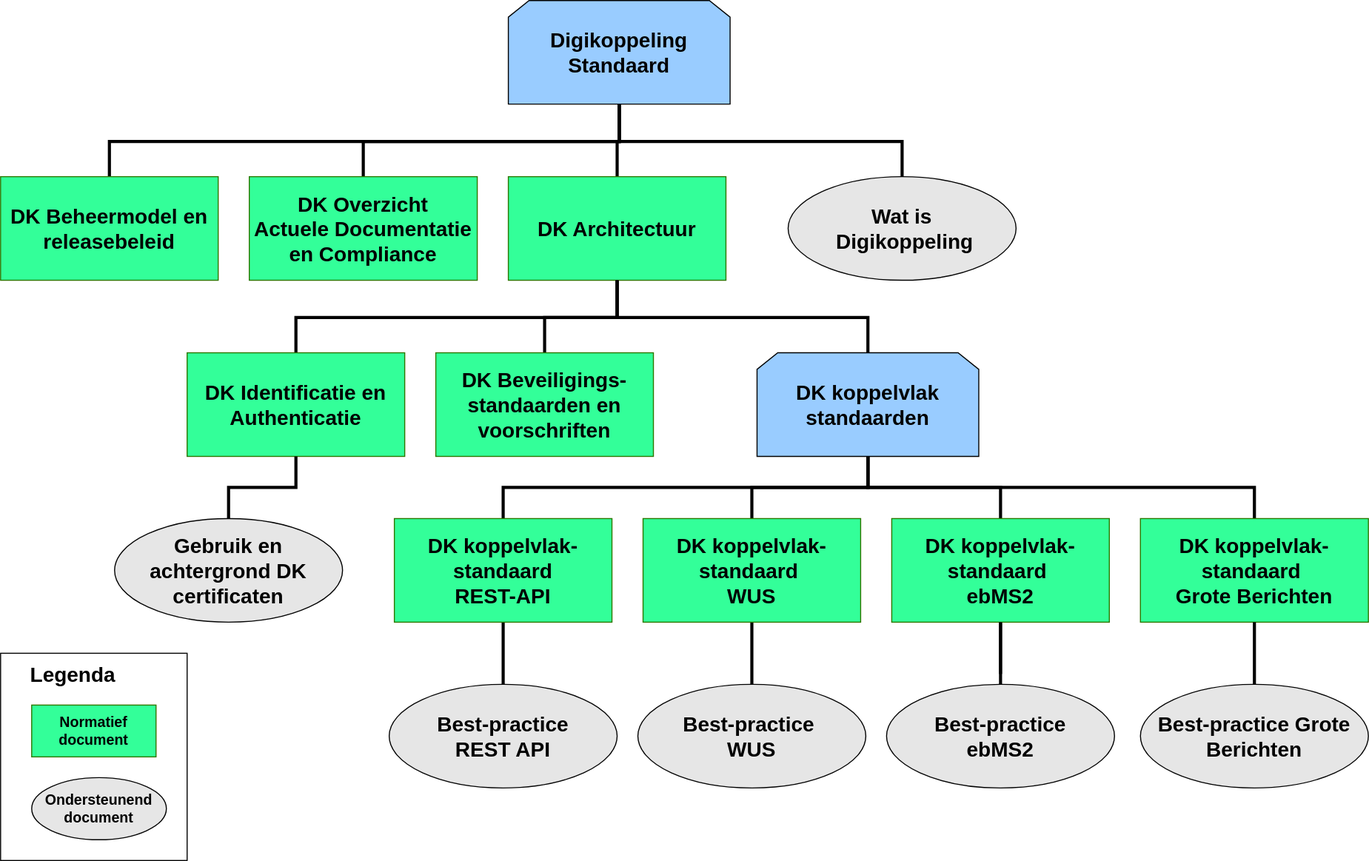
Before: media/DK_Specificatie_structuur.svg, a diagram exported from draw.io (Logius-standaarden/Digikoppeling-Overzicht-Actuele-Documentatie-en-Compliance). Source tidied: cells renumbered, new cells last; positions are measured from the earlier drawing's top-left corner, leaving out a move shared by most shapes.
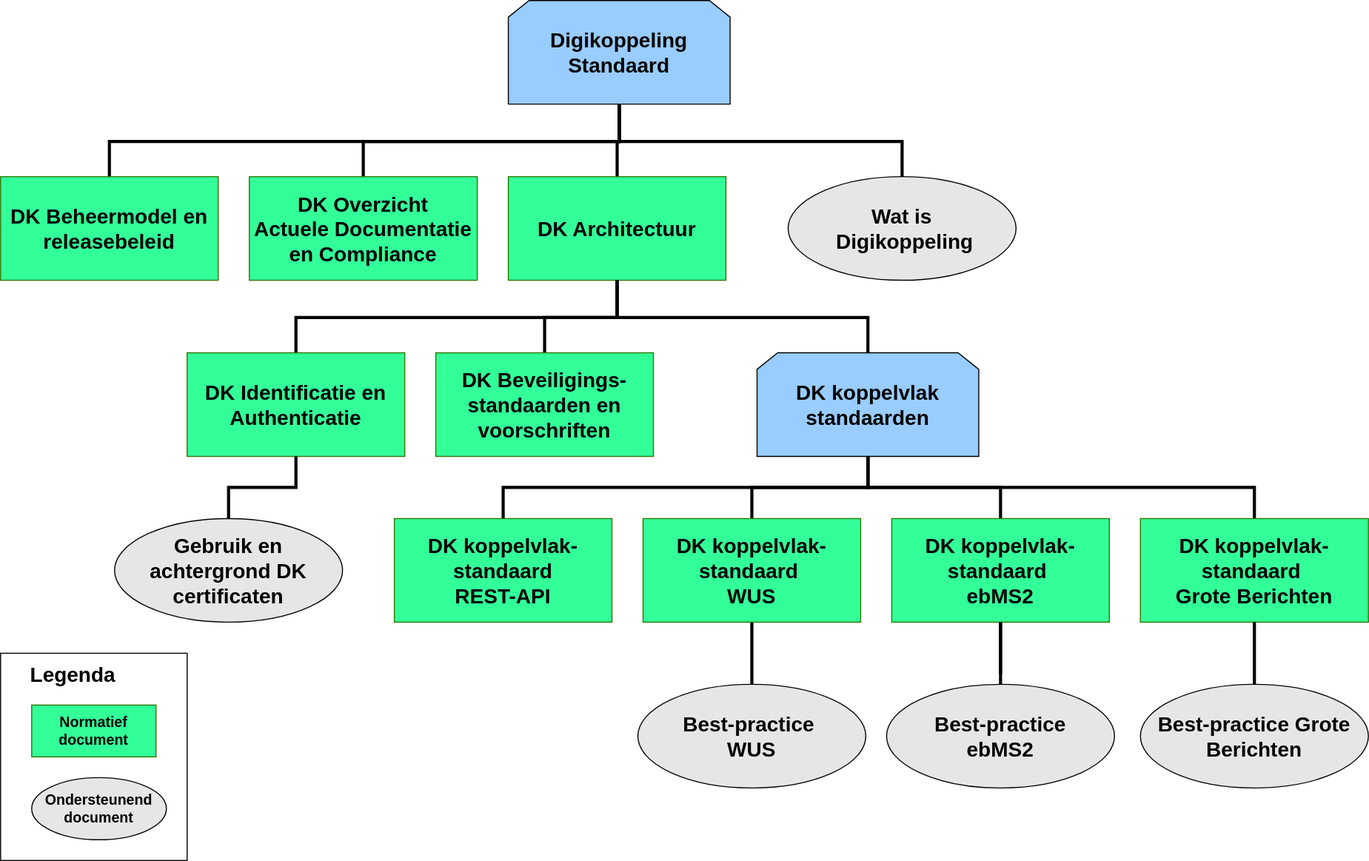
The same diagram one commit later.

Commit message:
Verwijder best practices voor REST

Dit document bestaat niet

The edit, as a diff of the source:
```diff
@@ -50,9 +50,6 @@
     <mxCell id="17" style="edgeStyle=elbowEdgeStyle;rounded=0;jettySize=auto;elbow=vertical;html=1;exitX=0.5;exitY=0;exitDx=0;exitDy=0;entryX=0.5;entryY=1;entryDx=0;entryDy=0;fontSize=20;fontColor=#000000;endArrow=none;endFill=0;strokeWidth=3;" parent="1" edge="1" source="19" target="16">
       <mxGeometry relative="1" as="geometry" />
     </mxCell>
-    <mxCell id="18" style="edgeStyle=elbowEdgeStyle;rounded=0;jettySize=auto;elbow=vertical;html=1;exitX=0.5;exitY=1;exitDx=0;exitDy=0;entryX=0.5;entryY=0;entryDx=0;entryDy=0;fontSize=20;fontColor=#000000;endArrow=none;endFill=0;strokeWidth=3;" parent="1" edge="1" source="19" target="28">
-      <mxGeometry relative="1" as="geometry" />
-    </mxCell>
     <mxCell id="19" value="&lt;div&gt;DK koppelvlak-standaard&lt;/div&gt;&lt;div&gt;&lt;span&gt;&#9;&lt;/span&gt; REST-API&lt;/div&gt;" style="rounded=0;whiteSpace=wrap;html=1;fontSize=20;fontStyle=1;fillColor=#33FF99;strokeColor=#2D7600;fontColor=#000000;" parent="1" vertex="1">
       <mxGeometry x="380" y="500" width="210" height="100" as="geometry" />
     </mxCell>
@@ -82,9 +79,6 @@
     <mxCell id="27" value="DK koppelvlak-standaard &#10;&#9;Grote Berichten" style="rounded=0;whiteSpace=wrap;html=1;fontSize=20;fontStyle=1;fillColor=#33FF99;strokeColor=#2D7600;fontColor=#000000;" parent="1" vertex="1">
       <mxGeometry x="1100" y="500" width="220" height="100" as="geometry" />
     </mxCell>
-    <mxCell id="28" value="&lt;div&gt;Best-practice&lt;/div&gt;&lt;div&gt;&lt;span&gt;&#9;&#9;&lt;/span&gt;REST API&lt;/div&gt;" style="ellipse;whiteSpace=wrap;html=1;fontSize=20;fontColor=#000000;fillColor=#E6E6E6;fontStyle=1;" parent="1" vertex="1">
-      <mxGeometry x="375" y="660" width="220" height="100" as="geometry" />
-    </mxCell>
     <mxCell id="29" value="&lt;div&gt;Best-practice&amp;nbsp;&lt;/div&gt;&lt;div&gt;&lt;span&gt;&#9;&#9;&lt;/span&gt;WUS&lt;/div&gt;" style="ellipse;whiteSpace=wrap;html=1;fontSize=20;fontColor=#000000;fillColor=#E6E6E6;fontStyle=1;" parent="1" vertex="1">
       <mxGeometry x="615" y="660" width="220" height="100" as="geometry" />
     </mxCell>
```
